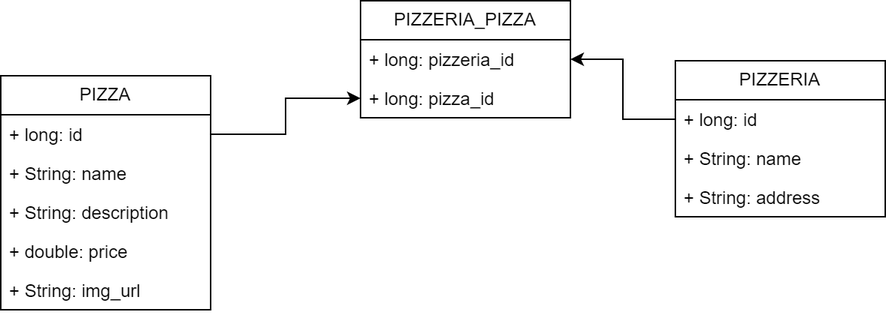
Before: img/ER Diagram.png, a diagram exported from draw.io (krajniy/PizzaService). Source tidied: cells renumbered, new cells last; positions are measured from the earlier drawing's top-left corner, leaving out a move shared by most shapes.
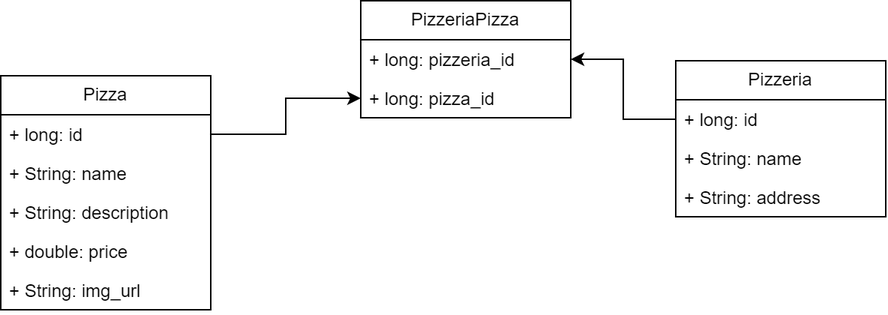
The same file after the commit.

Commit message:
Components Diagram fix

Diff of the diagram source:
```diff
@@ -2,7 +2,7 @@
   <root>
     <mxCell id="0" />
     <mxCell id="1" parent="0" />
-    <mxCell id="2" value="PIZZA" style="swimlane;fontStyle=0;horizontal=1;startSize=26;fillColor=none;whiteSpace=wrap;html=1;" parent="1" vertex="1">
+    <mxCell id="2" value="Pizza" style="swimlane;fontStyle=0;horizontal=1;startSize=26;fillColor=none;whiteSpace=wrap;html=1;" parent="1" vertex="1">
       <mxGeometry y="50" width="140" height="156" as="geometry" />
     </mxCell>
     <mxCell id="3" value="+ long: id" style="text;strokeColor=none;fillColor=none;align=left;verticalAlign=top;spacingLeft=4;spacingRight=4;overflow=hidden;points=[[0,0.5],[1,0.5]];portConstraint=eastwest;whiteSpace=wrap;html=1;" parent="2" vertex="1">
@@ -20,7 +20,7 @@
     <mxCell id="7" value="+ String: img_url" style="text;strokeColor=none;fillColor=none;align=left;verticalAlign=top;spacingLeft=4;spacingRight=4;overflow=hidden;whiteSpace=wrap;html=1;" parent="2" vertex="1">
       <mxGeometry y="130" width="140" height="26" as="geometry" />
     </mxCell>
-    <mxCell id="8" value="PIZZERIA" style="swimlane;fontStyle=0;horizontal=1;startSize=26;fillColor=none;whiteSpace=wrap;html=1;" parent="1" vertex="1">
+    <mxCell id="8" value="Pizzeria" style="swimlane;fontStyle=0;horizontal=1;startSize=26;fillColor=none;whiteSpace=wrap;html=1;" parent="1" vertex="1">
       <mxGeometry x="450" y="40" width="140" height="104" as="geometry" />
     </mxCell>
     <mxCell id="9" value="+ long: id" style="text;strokeColor=none;fillColor=none;align=left;verticalAlign=top;spacingLeft=4;spacingRight=4;overflow=hidden;points=[[0,0.5],[1,0.5]];portConstraint=eastwest;whiteSpace=wrap;html=1;" parent="8" vertex="1">
@@ -32,7 +32,7 @@
     <mxCell id="11" value="+ String: address" style="text;strokeColor=none;fillColor=none;align=left;verticalAlign=top;spacingLeft=4;spacingRight=4;overflow=hidden;whiteSpace=wrap;html=1;" parent="8" vertex="1">
       <mxGeometry y="78" width="140" height="26" as="geometry" />
     </mxCell>
-    <mxCell id="12" value="PIZZERIA_PIZZA" style="swimlane;fontStyle=0;horizontal=1;startSize=26;fillColor=none;whiteSpace=wrap;html=1;" parent="1" vertex="1">
+    <mxCell id="12" value="PizzeriaPizza" style="swimlane;fontStyle=0;horizontal=1;startSize=26;fillColor=none;whiteSpace=wrap;html=1;" parent="1" vertex="1">
       <mxGeometry x="240" width="140" height="78" as="geometry" />
     </mxCell>
     <mxCell id="13" value="+ long: pizzeria_id" style="text;strokeColor=none;fillColor=none;align=left;verticalAlign=top;spacingLeft=4;spacingRight=4;overflow=hidden;points=[[0,0.5],[1,0.5]];portConstraint=eastwest;whiteSpace=wrap;html=1;" parent="12" vertex="1">
```
